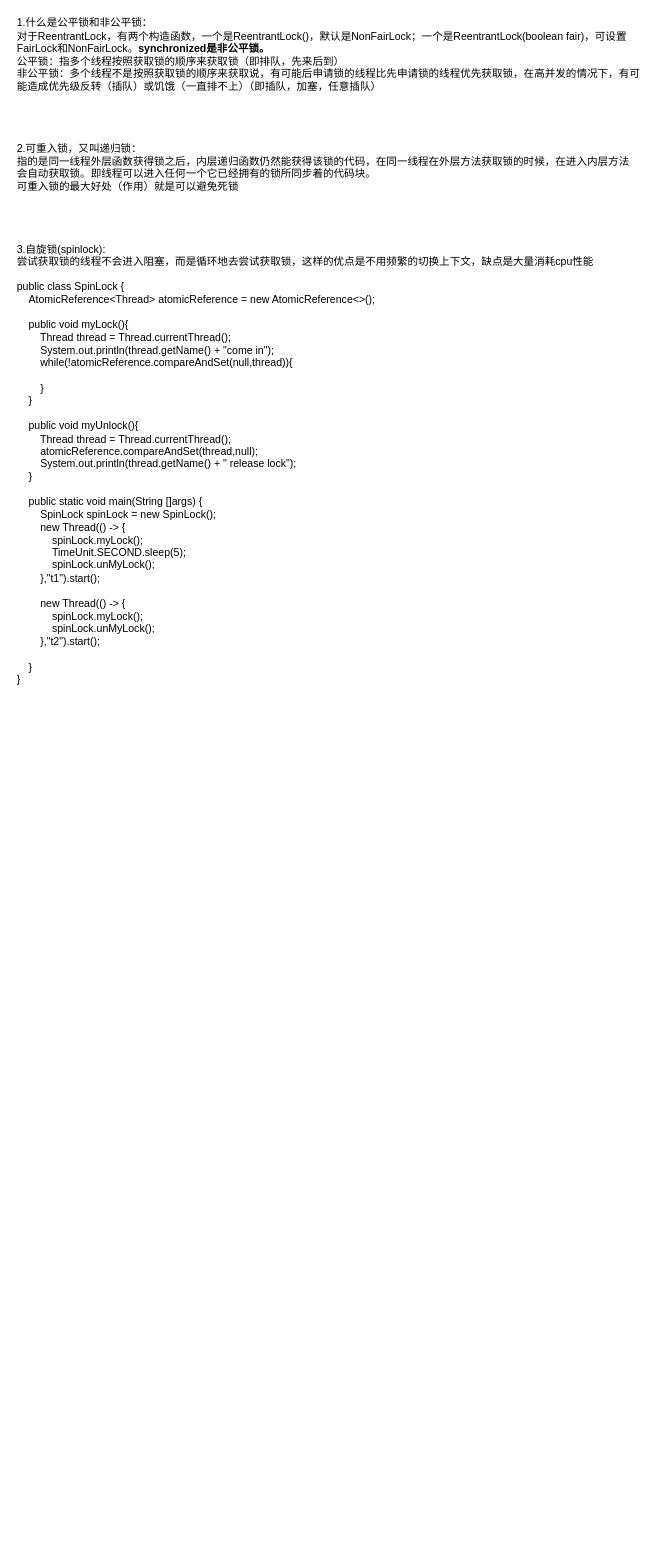
qouson/my-Java-note keeps this draw.io diagram as Java基础/多线程/Java锁.drawio. Above is the earlier version. Source tidied: cells renumbered, new cells numbered last; positions are measured from the earlier drawing's top-left corner, leaving out a move shared by most shapes. Both pictures are drawn from the tidied source at 88%, with x=0, y=0 at pixel (15, 15).
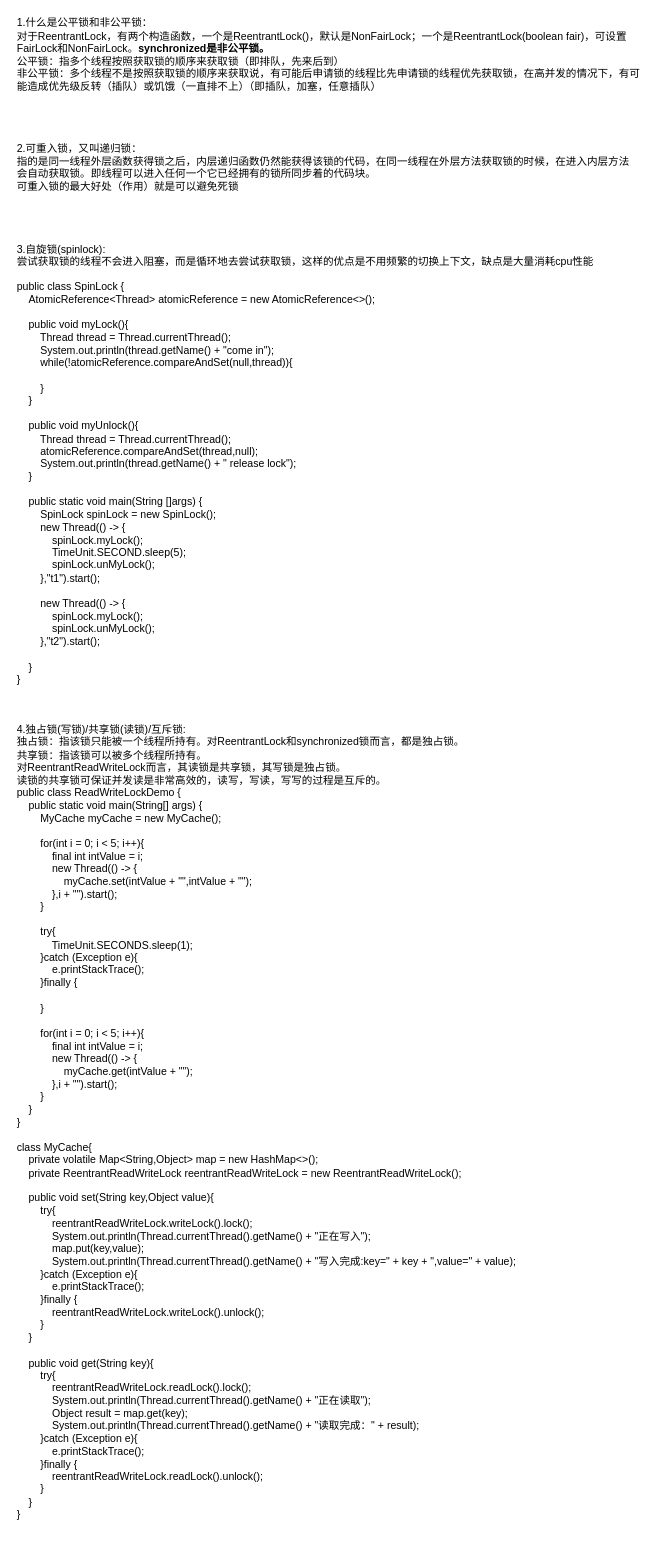
The same diagram, later.

Diff of the diagram source:
```diff
@@
 <mxGraphModel>
   <root>
     <mxCell id="0" />
     <mxCell id="1" parent="0" />
     <mxCell id="2" value="&lt;div align=&quot;left&quot;&gt;1.什么是公平锁和非公平锁：&lt;/div&gt;&lt;div align=&quot;left&quot;&gt;对于ReentrantLock，有两个构造函数，一个是ReentrantLock()，默认是NonFairLock；一个是ReentrantLock(boolean fair)，可设置FairLock和NonFairLock。&lt;b&gt;synchronized是非公平锁。&lt;/b&gt;&lt;/div&gt;&lt;div align=&quot;left&quot;&gt;公平锁：指多个线程按照获取锁的顺序来获取锁（即排队，先来后到）&lt;/div&gt;&lt;div align=&quot;left&quot;&gt;非公平锁：多个线程不是按照获取锁的顺序来获取说，有可能后申请锁的线程比先申请锁的线程优先获取锁，在高并发的情况下，有可能造成优先级反转（插队）或饥饿（一直排不上）（即插队，加塞，任意插队）&lt;br&gt;&lt;/div&gt;" style="text;html=1;strokeColor=none;fillColor=none;align=left;verticalAlign=middle;whiteSpace=wrap;rounded=0;" parent="1" vertex="1">
       <mxGeometry width="710" height="90" as="geometry" />
     </mxCell>
     <mxCell id="3" value="&lt;div align=&quot;left&quot;&gt;2.可重入锁，又叫递归锁：&lt;/div&gt;&lt;div align=&quot;left&quot;&gt;指的是同一线程外层函数获得锁之后，内层递归函数仍然能获得该锁的代码，在同一线程在外层方法获取锁的时候，在进入内层方法会自动获取锁。即线程可以进入任何一个它已经拥有的锁所同步着的代码块。&lt;/div&gt;&lt;div align=&quot;left&quot;&gt;可重入锁的最大好处（作用）就是可以避免死锁&lt;br&gt;&lt;/div&gt;&lt;div align=&quot;left&quot;&gt;&lt;br&gt;&lt;/div&gt;" style="text;html=1;strokeColor=none;fillColor=none;align=left;verticalAlign=middle;whiteSpace=wrap;rounded=0;" parent="1" vertex="1">
       <mxGeometry y="140" width="700" height="80" as="geometry" />
     </mxCell>
     <mxCell id="4" value="&lt;div align=&quot;left&quot;&gt;3.自旋锁(spinlock):&lt;/div&gt;&lt;div align=&quot;left&quot;&gt;尝试获取锁的线程不会进入阻塞，而是循环地去尝试获取锁，这样的优点是不用频繁的切换上下文，缺点是大量消耗cpu性能&lt;/div&gt;&lt;div align=&quot;left&quot;&gt;&lt;br&gt;&lt;/div&gt;public class SpinLock {&lt;br&gt;&amp;nbsp;&amp;nbsp; &amp;nbsp;AtomicReference&amp;lt;Thread&amp;gt; atomicReference = new AtomicReference&amp;lt;&amp;gt;();&lt;br&gt;&amp;nbsp;&amp;nbsp; &amp;nbsp;&lt;br&gt;&amp;nbsp;&amp;nbsp; &amp;nbsp;public void myLock(){&lt;br&gt;&amp;nbsp;&amp;nbsp; &amp;nbsp;&amp;nbsp;&amp;nbsp;&amp;nbsp; Thread thread = Thread.currentThread();&lt;br&gt;&amp;nbsp;&amp;nbsp; &amp;nbsp;&amp;nbsp;&amp;nbsp; &amp;nbsp;System.out.println(thread.getName() + &quot;come in&quot;);&lt;br&gt;&amp;nbsp;&amp;nbsp; &amp;nbsp;&amp;nbsp;&amp;nbsp; &amp;nbsp;while(!atomicReference.compareAndSet(null,thread)){&lt;br&gt;&amp;nbsp;&amp;nbsp; &amp;nbsp;&amp;nbsp;&amp;nbsp; &amp;nbsp;&amp;nbsp;&amp;nbsp; &amp;nbsp;&lt;br&gt;&amp;nbsp;&amp;nbsp; &amp;nbsp;&amp;nbsp;&amp;nbsp; &amp;nbsp;}&lt;br&gt;&amp;nbsp;&amp;nbsp; &amp;nbsp;}&lt;br&gt;&amp;nbsp;&amp;nbsp; &amp;nbsp;&lt;br&gt;&amp;nbsp;&amp;nbsp; &amp;nbsp;public void myUnlock(){&lt;br&gt;&amp;nbsp;&amp;nbsp; &amp;nbsp;&amp;nbsp;&amp;nbsp;&amp;nbsp; Thread thread = Thread.currentThread();&lt;br&gt;&amp;nbsp;&amp;nbsp; &amp;nbsp;&amp;nbsp;&amp;nbsp; &amp;nbsp;atomicReference.compareAndSet(thread,null);&lt;br&gt;&amp;nbsp;&amp;nbsp; &amp;nbsp;&amp;nbsp;&amp;nbsp; &amp;nbsp;System.out.println(thread.getName() + &quot; release lock&quot;);&lt;br&gt;&amp;nbsp;&amp;nbsp; &amp;nbsp;}&lt;br&gt;&amp;nbsp;&amp;nbsp; &amp;nbsp;&lt;br&gt;&amp;nbsp;&amp;nbsp;&amp;nbsp; public static void main(String []args) {&lt;br&gt;&amp;nbsp;&amp;nbsp;&amp;nbsp;&amp;nbsp;&amp;nbsp;&amp;nbsp;&amp;nbsp; SpinLock spinLock = new SpinLock(); &lt;br&gt;&amp;nbsp;&amp;nbsp; &amp;nbsp;&amp;nbsp;&amp;nbsp;&amp;nbsp; new Thread(() -&amp;gt; {&lt;br&gt;&amp;nbsp;&amp;nbsp; &amp;nbsp;&amp;nbsp;&amp;nbsp;&amp;nbsp;&amp;nbsp;&amp;nbsp;&amp;nbsp;&amp;nbsp; spinLock.myLock();&lt;br&gt;&amp;nbsp;&amp;nbsp; &amp;nbsp;&amp;nbsp;&amp;nbsp; &amp;nbsp;&amp;nbsp;&amp;nbsp; &amp;nbsp;TimeUnit.SECOND.sleep(5);&lt;br&gt;&amp;nbsp;&amp;nbsp; &amp;nbsp;&amp;nbsp;&amp;nbsp; &amp;nbsp;&amp;nbsp;&amp;nbsp; &amp;nbsp;spinLock.unMyLock();&lt;br&gt;&amp;nbsp;&amp;nbsp; &amp;nbsp;&amp;nbsp;&amp;nbsp;&amp;nbsp; },&quot;t1&quot;).start();&lt;br&gt;&amp;nbsp;&amp;nbsp; &amp;nbsp;&amp;nbsp;&amp;nbsp; &amp;nbsp;&lt;br&gt;&amp;nbsp;&amp;nbsp; &amp;nbsp;&amp;nbsp;&amp;nbsp;&amp;nbsp; new Thread(() -&amp;gt; {&lt;br&gt;&amp;nbsp;&amp;nbsp; &amp;nbsp;&amp;nbsp;&amp;nbsp;&amp;nbsp;&amp;nbsp;&amp;nbsp;&amp;nbsp;&amp;nbsp; spinLock.myLock();&lt;br&gt;&amp;nbsp;&amp;nbsp; &amp;nbsp;&amp;nbsp;&amp;nbsp; &amp;nbsp;&amp;nbsp;&amp;nbsp; &amp;nbsp;spinLock.unMyLock();&lt;br&gt;&amp;nbsp;&amp;nbsp; &amp;nbsp;&amp;nbsp;&amp;nbsp;&amp;nbsp; },&quot;t2&quot;).start();&lt;br&gt;&amp;nbsp;&amp;nbsp; &amp;nbsp;&amp;nbsp;&amp;nbsp; &amp;nbsp;&lt;br&gt;&amp;nbsp;&amp;nbsp;&amp;nbsp; }&lt;br&gt;}" style="text;html=1;strokeColor=none;fillColor=none;align=left;verticalAlign=middle;whiteSpace=wrap;rounded=0;" parent="1" vertex="1">
       <mxGeometry y="230" width="671" height="560" as="geometry" />
     </mxCell>
+    <mxCell id="5" value="&lt;div align=&quot;left&quot;&gt;4.独占锁(写锁)/共享锁(读锁)/互斥锁:&lt;/div&gt;&lt;div align=&quot;left&quot;&gt;独占锁：指该锁只能被一个线程所持有。对ReentrantLock和synchronized锁而言，都是独占锁。&lt;/div&gt;&lt;div align=&quot;left&quot;&gt;共享锁：指该锁可以被多个线程所持有。&lt;/div&gt;&lt;div align=&quot;left&quot;&gt;对ReentrantReadWriteLock而言，其读锁是共享锁，其写锁是独占锁。&lt;/div&gt;&lt;div align=&quot;left&quot;&gt;读锁的共享锁可保证并发读是非常高效的，读写，写读，写写的过程是互斥的。&lt;/div&gt;&lt;div align=&quot;left&quot;&gt;public class ReadWriteLockDemo {&lt;br&gt;&amp;nbsp;&amp;nbsp;&amp;nbsp; public static void main(String[] args) {&lt;br&gt;&amp;nbsp;&amp;nbsp;&amp;nbsp;&amp;nbsp;&amp;nbsp;&amp;nbsp;&amp;nbsp; MyCache myCache = new MyCache();&lt;br&gt;&lt;br&gt;&amp;nbsp;&amp;nbsp;&amp;nbsp;&amp;nbsp;&amp;nbsp;&amp;nbsp;&amp;nbsp; for(int i = 0; i &amp;lt; 5; i++){&lt;br&gt;&amp;nbsp;&amp;nbsp;&amp;nbsp;&amp;nbsp;&amp;nbsp;&amp;nbsp;&amp;nbsp;&amp;nbsp;&amp;nbsp;&amp;nbsp;&amp;nbsp; final int intValue = i;&lt;br&gt;&amp;nbsp;&amp;nbsp;&amp;nbsp;&amp;nbsp;&amp;nbsp;&amp;nbsp;&amp;nbsp;&amp;nbsp;&amp;nbsp;&amp;nbsp;&amp;nbsp; new Thread(() -&amp;gt; {&lt;br&gt;&amp;nbsp;&amp;nbsp;&amp;nbsp;&amp;nbsp;&amp;nbsp;&amp;nbsp;&amp;nbsp;&amp;nbsp;&amp;nbsp;&amp;nbsp;&amp;nbsp;&amp;nbsp;&amp;nbsp;&amp;nbsp;&amp;nbsp; myCache.set(intValue + &quot;&quot;,intValue + &quot;&quot;);&lt;br&gt;&amp;nbsp;&amp;nbsp;&amp;nbsp;&amp;nbsp;&amp;nbsp;&amp;nbsp;&amp;nbsp;&amp;nbsp;&amp;nbsp;&amp;nbsp;&amp;nbsp; },i + &quot;&quot;).start();&lt;br&gt;&amp;nbsp;&amp;nbsp;&amp;nbsp;&amp;nbsp;&amp;nbsp;&amp;nbsp;&amp;nbsp; }&lt;br&gt;&lt;br&gt;&amp;nbsp;&amp;nbsp;&amp;nbsp;&amp;nbsp;&amp;nbsp;&amp;nbsp;&amp;nbsp; try{&lt;br&gt;&amp;nbsp;&amp;nbsp;&amp;nbsp;&amp;nbsp;&amp;nbsp;&amp;nbsp;&amp;nbsp;&amp;nbsp;&amp;nbsp;&amp;nbsp;&amp;nbsp; TimeUnit.SECONDS.sleep(1);&lt;br&gt;&amp;nbsp;&amp;nbsp;&amp;nbsp;&amp;nbsp;&amp;nbsp;&amp;nbsp;&amp;nbsp; }catch (Exception e){&lt;br&gt;&amp;nbsp;&amp;nbsp;&amp;nbsp;&amp;nbsp;&amp;nbsp;&amp;nbsp;&amp;nbsp;&amp;nbsp;&amp;nbsp;&amp;nbsp;&amp;nbsp; e.printStackTrace();&lt;br&gt;&amp;nbsp;&amp;nbsp;&amp;nbsp;&amp;nbsp;&amp;nbsp;&amp;nbsp;&amp;nbsp; }finally {&lt;br&gt;&lt;br&gt;&amp;nbsp;&amp;nbsp;&amp;nbsp;&amp;nbsp;&amp;nbsp;&amp;nbsp;&amp;nbsp; }&lt;br&gt;&lt;br&gt;&amp;nbsp;&amp;nbsp;&amp;nbsp;&amp;nbsp;&amp;nbsp;&amp;nbsp;&amp;nbsp; for(int i = 0; i &amp;lt; 5; i++){&lt;br&gt;&amp;nbsp;&amp;nbsp;&amp;nbsp;&amp;nbsp;&amp;nbsp;&amp;nbsp;&amp;nbsp;&amp;nbsp;&amp;nbsp;&amp;nbsp;&amp;nbsp; final int intValue = i;&lt;br&gt;&amp;nbsp;&amp;nbsp;&amp;nbsp;&amp;nbsp;&amp;nbsp;&amp;nbsp;&amp;nbsp;&amp;nbsp;&amp;nbsp;&amp;nbsp;&amp;nbsp; new Thread(() -&amp;gt; {&lt;br&gt;&amp;nbsp;&amp;nbsp;&amp;nbsp;&amp;nbsp;&amp;nbsp;&amp;nbsp;&amp;nbsp;&amp;nbsp;&amp;nbsp;&amp;nbsp;&amp;nbsp;&amp;nbsp;&amp;nbsp;&amp;nbsp;&amp;nbsp; myCache.get(intValue + &quot;&quot;);&lt;br&gt;&amp;nbsp;&amp;nbsp;&amp;nbsp;&amp;nbsp;&amp;nbsp;&amp;nbsp;&amp;nbsp;&amp;nbsp;&amp;nbsp;&amp;nbsp;&amp;nbsp; },i + &quot;&quot;).start();&lt;br&gt;&amp;nbsp;&amp;nbsp;&amp;nbsp;&amp;nbsp;&amp;nbsp;&amp;nbsp;&amp;nbsp; }&lt;br&gt;&amp;nbsp;&amp;nbsp;&amp;nbsp; }&lt;br&gt;}&lt;br&gt;&lt;br&gt;class MyCache{&lt;br&gt;&amp;nbsp;&amp;nbsp;&amp;nbsp; private volatile Map&amp;lt;String,Object&amp;gt; map = new HashMap&amp;lt;&amp;gt;();&lt;br&gt;&amp;nbsp;&amp;nbsp;&amp;nbsp; private ReentrantReadWriteLock reentrantReadWriteLock = new ReentrantReadWriteLock();&lt;br&gt;&lt;br&gt;&amp;nbsp;&amp;nbsp;&amp;nbsp; public void set(String key,Object value){&lt;br&gt;&amp;nbsp;&amp;nbsp;&amp;nbsp;&amp;nbsp;&amp;nbsp;&amp;nbsp;&amp;nbsp; try{&lt;br&gt;&amp;nbsp;&amp;nbsp;&amp;nbsp;&amp;nbsp;&amp;nbsp;&amp;nbsp;&amp;nbsp;&amp;nbsp;&amp;nbsp;&amp;nbsp;&amp;nbsp; reentrantReadWriteLock.writeLock().lock();&lt;br&gt;&amp;nbsp;&amp;nbsp;&amp;nbsp;&amp;nbsp;&amp;nbsp;&amp;nbsp;&amp;nbsp;&amp;nbsp;&amp;nbsp;&amp;nbsp;&amp;nbsp; System.out.println(Thread.currentThread().getName() + &quot;正在写入&quot;);&lt;br&gt;&amp;nbsp;&amp;nbsp;&amp;nbsp;&amp;nbsp;&amp;nbsp;&amp;nbsp;&amp;nbsp;&amp;nbsp;&amp;nbsp;&amp;nbsp;&amp;nbsp; map.put(key,value);&lt;br&gt;&amp;nbsp;&amp;nbsp;&amp;nbsp;&amp;nbsp;&amp;nbsp;&amp;nbsp;&amp;nbsp;&amp;nbsp;&amp;nbsp;&amp;nbsp;&amp;nbsp; System.out.println(Thread.currentThread().getName() + &quot;写入完成:key=&quot; + key + &quot;,value=&quot; + value);&lt;br&gt;&amp;nbsp;&amp;nbsp;&amp;nbsp;&amp;nbsp;&amp;nbsp;&amp;nbsp;&amp;nbsp; }catch (Exception e){&lt;br&gt;&amp;nbsp;&amp;nbsp;&amp;nbsp;&amp;nbsp;&amp;nbsp;&amp;nbsp;&amp;nbsp;&amp;nbsp;&amp;nbsp;&amp;nbsp;&amp;nbsp; e.printStackTrace();&lt;br&gt;&amp;nbsp;&amp;nbsp;&amp;nbsp;&amp;nbsp;&amp;nbsp;&amp;nbsp;&amp;nbsp; }finally {&lt;br&gt;&amp;nbsp;&amp;nbsp;&amp;nbsp;&amp;nbsp;&amp;nbsp;&amp;nbsp;&amp;nbsp;&amp;nbsp;&amp;nbsp;&amp;nbsp;&amp;nbsp; reentrantReadWriteLock.writeLock().unlock();&lt;br&gt;&amp;nbsp;&amp;nbsp;&amp;nbsp;&amp;nbsp;&amp;nbsp;&amp;nbsp;&amp;nbsp; }&lt;br&gt;&amp;nbsp;&amp;nbsp;&amp;nbsp; }&lt;br&gt;&lt;br&gt;&amp;nbsp;&amp;nbsp;&amp;nbsp; public void get(String key){&lt;br&gt;&amp;nbsp;&amp;nbsp;&amp;nbsp;&amp;nbsp;&amp;nbsp;&amp;nbsp;&amp;nbsp; try{&lt;br&gt;&amp;nbsp;&amp;nbsp;&amp;nbsp;&amp;nbsp;&amp;nbsp;&amp;nbsp;&amp;nbsp;&amp;nbsp;&amp;nbsp;&amp;nbsp;&amp;nbsp; reentrantReadWriteLock.readLock().lock();&lt;br&gt;&amp;nbsp;&amp;nbsp;&amp;nbsp;&amp;nbsp;&amp;nbsp;&amp;nbsp;&amp;nbsp;&amp;nbsp;&amp;nbsp;&amp;nbsp;&amp;nbsp; System.out.println(Thread.currentThread().getName() + &quot;正在读取&quot;);&lt;br&gt;&amp;nbsp;&amp;nbsp;&amp;nbsp;&amp;nbsp;&amp;nbsp;&amp;nbsp;&amp;nbsp;&amp;nbsp;&amp;nbsp;&amp;nbsp;&amp;nbsp; Object result = map.get(key);&lt;br&gt;&amp;nbsp;&amp;nbsp;&amp;nbsp;&amp;nbsp;&amp;nbsp;&amp;nbsp;&amp;nbsp;&amp;nbsp;&amp;nbsp;&amp;nbsp;&amp;nbsp; System.out.println(Thread.currentThread().getName() + &quot;读取完成：&quot; + result);&lt;br&gt;&amp;nbsp;&amp;nbsp;&amp;nbsp;&amp;nbsp;&amp;nbsp;&amp;nbsp;&amp;nbsp; }catch (Exception e){&lt;br&gt;&amp;nbsp;&amp;nbsp;&amp;nbsp;&amp;nbsp;&amp;nbsp;&amp;nbsp;&amp;nbsp;&amp;nbsp;&amp;nbsp;&amp;nbsp;&amp;nbsp; e.printStackTrace();&lt;br&gt;&amp;nbsp;&amp;nbsp;&amp;nbsp;&amp;nbsp;&amp;nbsp;&amp;nbsp;&amp;nbsp; }finally {&lt;br&gt;&amp;nbsp;&amp;nbsp;&amp;nbsp;&amp;nbsp;&amp;nbsp;&amp;nbsp;&amp;nbsp;&amp;nbsp;&amp;nbsp;&amp;nbsp;&amp;nbsp; reentrantReadWriteLock.readLock().unlock();&lt;br&gt;&amp;nbsp;&amp;nbsp;&amp;nbsp;&amp;nbsp;&amp;nbsp;&amp;nbsp;&amp;nbsp; }&lt;br&gt;&amp;nbsp;&amp;nbsp;&amp;nbsp; }&lt;br&gt;}&lt;br&gt;&lt;/div&gt;&lt;div align=&quot;left&quot;&gt;&lt;br&gt;&lt;/div&gt;" style="text;html=1;strokeColor=none;fillColor=none;align=left;verticalAlign=middle;whiteSpace=wrap;rounded=0;" parent="1" vertex="1">
+      <mxGeometry y="800" width="660" height="930" as="geometry" />
+    </mxCell>
   </root>
 </mxGraphModel>
```
